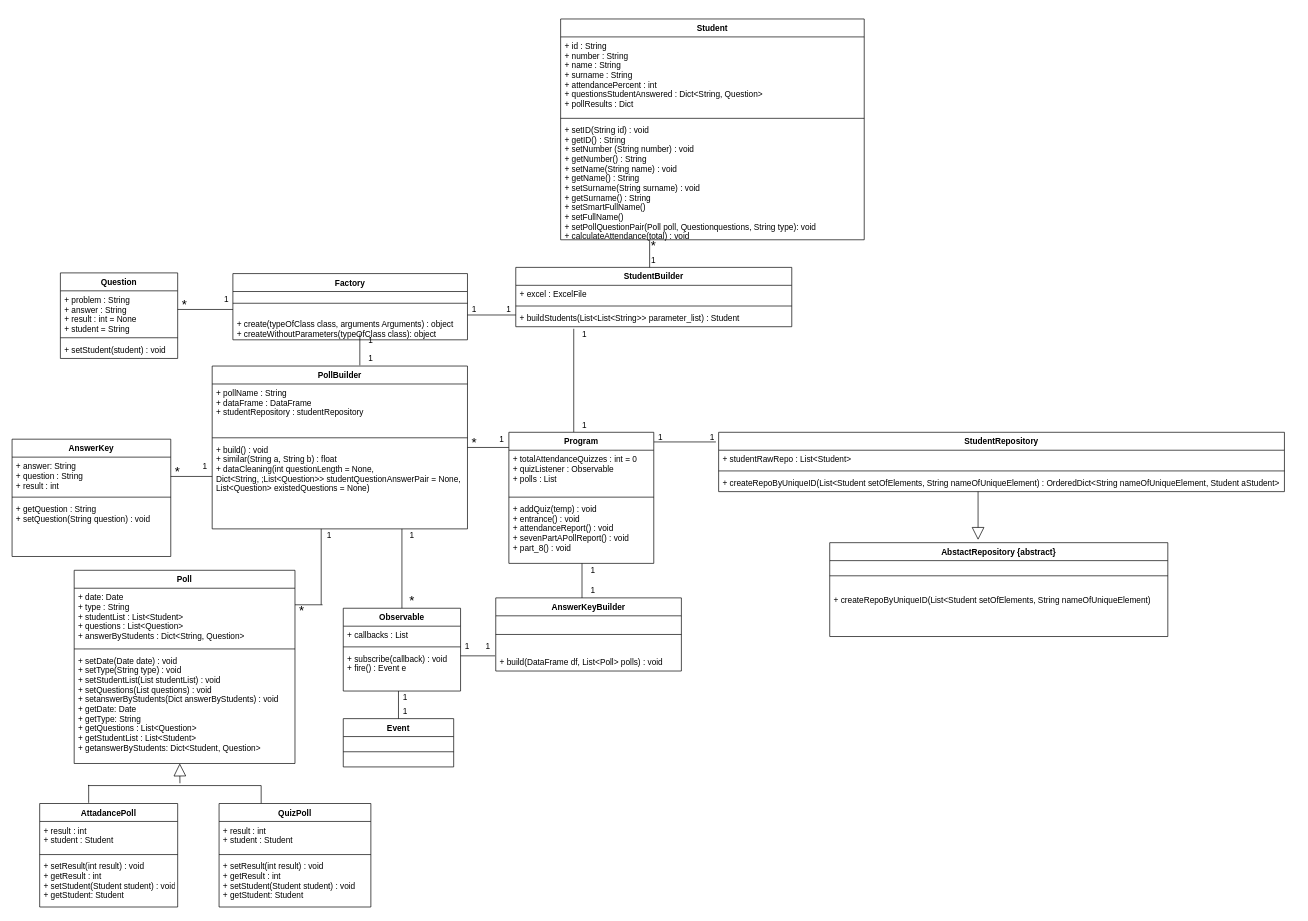
Above: PythonProject/iteration1/DCD.drawio in alperdokay/CSE3063F20P1_GRP20 (draw.io), before the change. Source tidied: cells renumbered, new cells numbered last; positions are measured from the earlier drawing's top-left corner, leaving out a move shared by most shapes. Both pictures are drawn from the tidied source at 69%, with x=0, y=0 at pixel (12, 19).
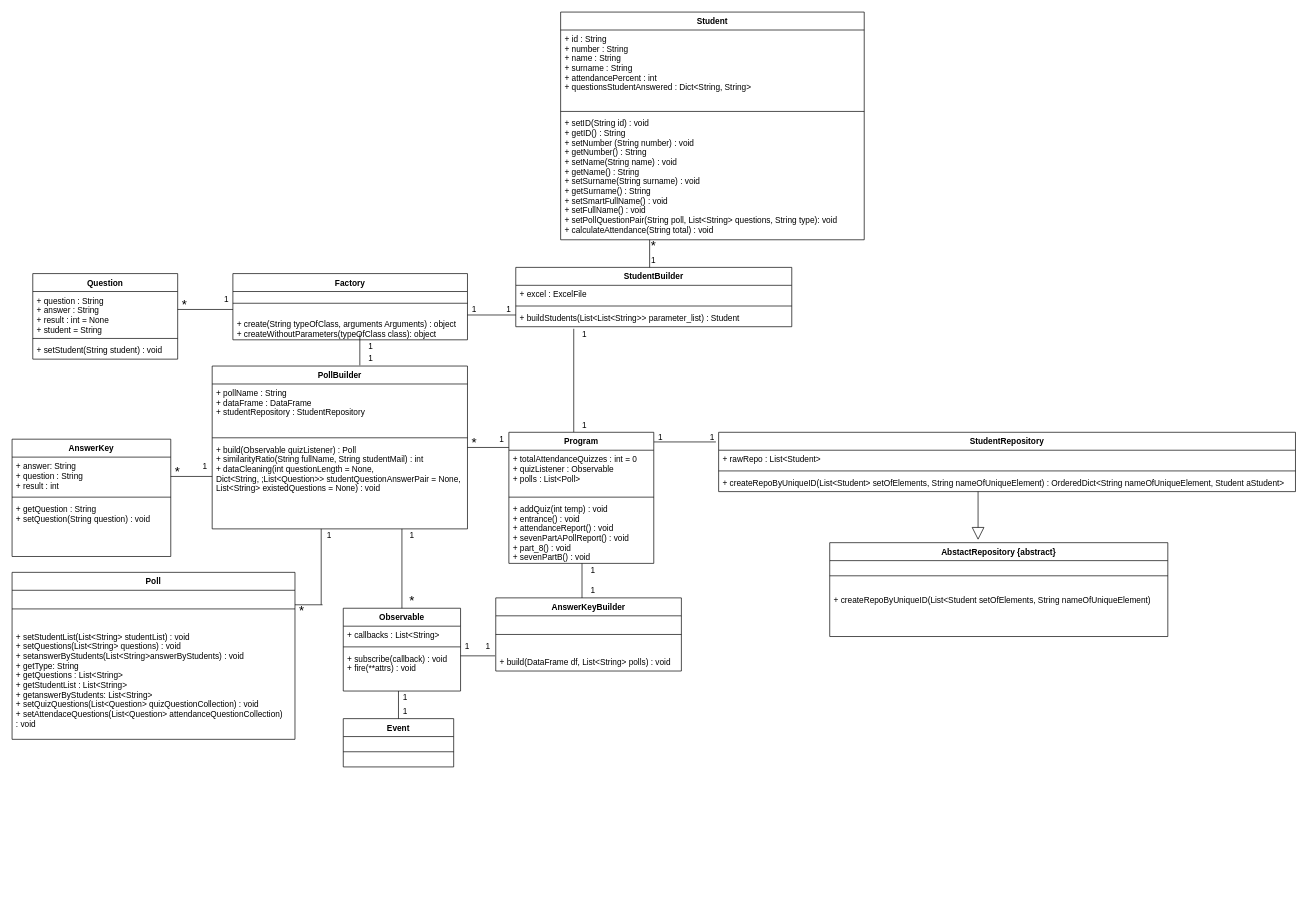
Above is the later version.

Commit message:
DCD has changed

The change refers to these unchanged cells:
```xml
<mxCell id="2" value="PollBuilder" style="swimlane;fontStyle=1;align=center;verticalAlign=top;horizontal=1;startSize=26;" parent="1" vertex="1">
  <mxGeometry x="290" y="503" width="370" height="236" as="geometry" />
</mxCell>
<mxCell id="10" value="Factory" style="swimlane;fontStyle=1;align=center;verticalAlign=top;horizontal=1;startSize=26;" parent="1" vertex="1">
  <mxGeometry x="320" y="369" width="340" height="96" as="geometry" />
</mxCell>
<mxCell id="76" value="Observable" style="swimlane;fontStyle=1;align=center;verticalAlign=top;horizontal=1;startSize=26;" parent="1" vertex="1">
  <mxGeometry x="480" y="854" width="170" height="120" as="geometry" />
</mxCell>
<mxCell id="82" value="Program" style="swimlane;fontStyle=1;align=center;verticalAlign=top;horizontal=1;startSize=26;" parent="1" vertex="1">
  <mxGeometry x="720" y="599" width="210" height="190" as="geometry" />
</mxCell>
<mxCell id="86" value="AnswerKeyBuilder" style="swimlane;fontStyle=1;align=center;verticalAlign=top;horizontal=1;startSize=26;" parent="1" vertex="1">
  <mxGeometry x="701" y="839" width="269" height="106" as="geometry" />
</mxCell>
```

The edit, as a diff of the source:
```diff
@@
-    <mxCell id="3" value="+ pollName : String&#10;+ dataFrame : DataFrame&#10;+ studentRepository : studentRepository" style="text;strokeColor=none;fillColor=none;align=left;verticalAlign=top;spacingLeft=4;spacingRight=4;overflow=hidden;" parent="2" vertex="1">
+    <mxCell id="3" value="+ pollName : String&#10;+ dataFrame : DataFrame&#10;+ studentRepository : StudentRepository " style="text;strokeColor=none;fillColor=none;align=left;verticalAlign=top;spacingLeft=4;spacingRight=4;overflow=hidden;" parent="2" vertex="1">
       <mxGeometry y="26" width="370" height="74" as="geometry" />
     </mxCell>
@@
-    <mxCell id="5" value="+ build() : void&#10;+ similar(String a, String b) : float&#10;+ dataCleaning(int questionLength = None, &#10;Dict&lt;String, ;List&lt;Question&gt;&gt; studentQuestionAnswerPair = None, &#10;List&lt;Question&gt; existedQuestions = None) " style="text;strokeColor=none;fillColor=none;align=left;verticalAlign=top;spacingLeft=4;spacingRight=4;overflow=hidden;" parent="2" vertex="1">
+    <mxCell id="5" value="+ build(Observable quizListener) : Poll &#10;+ similarityRatio(String fullName, String studentMail) : int&#10;+ dataCleaning(int questionLength = None, &#10;Dict&lt;String, ;List&lt;Question&gt;&gt; studentQuestionAnswerPair = None, &#10;List&lt;String&gt; existedQuestions = None) : void" style="text;strokeColor=none;fillColor=none;align=left;verticalAlign=top;spacingLeft=4;spacingRight=4;overflow=hidden;" parent="2" vertex="1">
       <mxGeometry y="108" width="370" height="128" as="geometry" />
     </mxCell>
@@
-    <mxCell id="12" value="+ create(typeOfClass class, arguments Arguments) : object&#10;+ createWithoutParameters(typeOfClass class): object " style="text;strokeColor=none;fillColor=none;align=left;verticalAlign=top;spacingLeft=4;spacingRight=4;overflow=hidden;" parent="10" vertex="1">
+    <mxCell id="12" value="+ create(String typeOfClass, arguments Arguments) : object&#10;+ createWithoutParameters(typeOfClass class): object " style="text;strokeColor=none;fillColor=none;align=left;verticalAlign=top;spacingLeft=4;spacingRight=4;overflow=hidden;" parent="10" vertex="1">
       <mxGeometry y="60" width="340" height="36" as="geometry" />
     </mxCell>
     <mxCell id="13" value="Poll" style="swimlane;fontStyle=1;align=center;verticalAlign=top;horizontal=1;startSize=26;" parent="1" vertex="1">
-      <mxGeometry x="90" y="799" width="320" height="280" as="geometry" />
+      <mxGeometry y="802" width="410" height="242" as="geometry" />
     </mxCell>
-    <mxCell id="14" value="+ date: Date&#10;+ type : String&#10;+ studentList : List&lt;Student&gt;&#10;+ questions : List&lt;Question&gt;&#10;+ answerByStudents : Dict&lt;String, Question&gt;" style="text;strokeColor=none;fillColor=none;align=left;verticalAlign=top;spacingLeft=4;spacingRight=4;overflow=hidden;" parent="13" vertex="1">
-      <mxGeometry y="26" width="320" height="84" as="geometry" />
-    </mxCell>
     <mxCell id="15" style="line;strokeWidth=1;fillColor=none;align=left;verticalAlign=middle;spacingTop=-1;spacingLeft=3;spacingRight=3;labelPosition=right;" parent="13" vertex="1">
-      <mxGeometry y="110" width="320" height="8" as="geometry" />
+      <mxGeometry y="26" width="410" height="54" as="geometry" />
     </mxCell>
-    <mxCell id="16" value="+ setDate(Date date) : void&#10;+ setType(String type) : void&#10;+ setStudentList(List studentList) : void&#10;+ setQuestions(List questions) : void&#10;+ setanswerByStudents(Dict answerByStudents) : void &#10;+ getDate: Date&#10;+ getType: String&#10;+ getQuestions : List&lt;Question&gt;&#10;+ getStudentList : List&lt;Student&gt;&#10;+ getanswerByStudents: Dict&lt;Student, Question&gt;" style="text;strokeColor=none;fillColor=none;align=left;verticalAlign=top;spacingLeft=4;spacingRight=4;overflow=hidden;" parent="13" vertex="1">
-      <mxGeometry y="118" width="320" height="162" as="geometry" />
+    <mxCell id="16" value="+ setStudentList(List&lt;String&gt; studentList) : void&#10;+ setQuestions(List&lt;String&gt; questions) : void&#10;+ setanswerByStudents(List&lt;String&gt;answerByStudents) : void &#10;+ getType: String&#10;+ getQuestions : List&lt;String&gt;&#10;+ getStudentList : List&lt;String&gt;&#10;+ getanswerByStudents: List&lt;String&gt;&#10;+ setQuizQuestions(List&lt;Question&gt; quizQuestionCollection) : void&#10;+ setAttendaceQuestions(List&lt;Question&gt; attendanceQuestionCollection)&#10;: void" style="text;strokeColor=none;fillColor=none;align=left;verticalAlign=top;spacingLeft=4;spacingRight=4;overflow=hidden;" parent="13" vertex="1">
+      <mxGeometry y="80" width="410" height="162" as="geometry" />
     </mxCell>
     <mxCell id="17" value="Student" style="swimlane;fontStyle=1;align=center;verticalAlign=top;horizontal=1;startSize=26;" parent="1" vertex="1">
-      <mxGeometry x="795" width="440" height="320" as="geometry" />
+      <mxGeometry x="795" y="-10" width="440" height="330" as="geometry" />
     </mxCell>
-    <mxCell id="18" value="+ id : String&#10;+ number : String&#10;+ name : String&#10;+ surname : String&#10;+ attendancePercent : int&#10;+ questionsStudentAnswered : Dict&lt;String, Question&gt;&#10;+ pollResults : Dict" style="text;strokeColor=none;fillColor=none;align=left;verticalAlign=top;spacingLeft=4;spacingRight=4;overflow=hidden;" parent="17" vertex="1">
+    <mxCell id="18" value="+ id : String&#10;+ number : String&#10;+ name : String&#10;+ surname : String&#10;+ attendancePercent : int&#10;+ questionsStudentAnswered : Dict&lt;String, String&gt;" style="text;strokeColor=none;fillColor=none;align=left;verticalAlign=top;spacingLeft=4;spacingRight=4;overflow=hidden;" parent="17" vertex="1">
       <mxGeometry y="26" width="440" height="114" as="geometry" />
     </mxCell>
@@
-    <mxCell id="20" value="+ setID(String id) : void&#10;+ getID() : String&#10;+ setNumber (String number) : void&#10;+ getNumber() : String&#10;+ setName(String name) : void&#10;+ getName() : String&#10;+ setSurname(String surname) : void&#10;+ getSurname() : String&#10;+ setSmartFullName()&#10;+ setFullName()&#10;+ setPollQuestionPair(Poll poll, Questionquestions, String type): void&#10;+ calculateAttendance(total) : void" style="text;strokeColor=none;fillColor=none;align=left;verticalAlign=top;spacingLeft=4;spacingRight=4;overflow=hidden;" parent="17" vertex="1">
-      <mxGeometry y="148" width="440" height="172" as="geometry" />
+    <mxCell id="20" value="+ setID(String id) : void&#10;+ getID() : String&#10;+ setNumber (String number) : void&#10;+ getNumber() : String&#10;+ setName(String name) : void&#10;+ getName() : String&#10;+ setSurname(String surname) : void&#10;+ getSurname() : String&#10;+ setSmartFullName() : void&#10;+ setFullName() : void&#10;+ setPollQuestionPair(String poll, List&lt;String&gt; questions, String type): void&#10;+ calculateAttendance(String total) : void" style="text;strokeColor=none;fillColor=none;align=left;verticalAlign=top;spacingLeft=4;spacingRight=4;overflow=hidden;" parent="17" vertex="1">
+      <mxGeometry y="148" width="440" height="182" as="geometry" />
     </mxCell>
     <mxCell id="21" value="StudentRepository" style="swimlane;fontStyle=1;align=center;verticalAlign=top;horizontal=1;startSize=26;" parent="1" vertex="1">
-      <mxGeometry x="1024" y="599" width="820" height="86" as="geometry" />
+      <mxGeometry x="1024" y="599" width="836" height="86" as="geometry" />
     </mxCell>
-    <mxCell id="22" value="+ studentRawRepo : List&lt;Student&gt;" style="text;strokeColor=none;fillColor=none;align=left;verticalAlign=top;spacingLeft=4;spacingRight=4;overflow=hidden;" parent="21" vertex="1">
-      <mxGeometry y="26" width="820" height="26" as="geometry" />
+    <mxCell id="22" value="+ rawRepo : List&lt;Student&gt;" style="text;strokeColor=none;fillColor=none;align=left;verticalAlign=top;spacingLeft=4;spacingRight=4;overflow=hidden;" parent="21" vertex="1">
+      <mxGeometry y="26" width="836" height="26" as="geometry" />
     </mxCell>
     <mxCell id="23" style="line;strokeWidth=1;fillColor=none;align=left;verticalAlign=middle;spacingTop=-1;spacingLeft=3;spacingRight=3;labelPosition=right;" parent="21" vertex="1">
-      <mxGeometry y="52" width="820" height="8" as="geometry" />
+      <mxGeometry y="52" width="836" height="8" as="geometry" />
     </mxCell>
-    <mxCell id="24" value="+ createRepoByUniqueID(List&lt;Student setOfElements, String nameOfUniqueElement) : OrderedDict&lt;String nameOfUniqueElement, Student aStudent&gt;" style="text;strokeColor=none;fillColor=none;align=left;verticalAlign=top;spacingLeft=4;spacingRight=4;overflow=hidden;" parent="21" vertex="1">
-      <mxGeometry y="60" width="820" height="26" as="geometry" />
+    <mxCell id="24" value="+ createRepoByUniqueID(List&lt;Student&gt; setOfElements, String nameOfUniqueElement) : OrderedDict&lt;String nameOfUniqueElement, Student aStudent&gt;" style="text;strokeColor=none;fillColor=none;align=left;verticalAlign=top;spacingLeft=4;spacingRight=4;overflow=hidden;" parent="21" vertex="1">
+      <mxGeometry y="60" width="836" height="26" as="geometry" />
     </mxCell>
@@
-    <mxCell id="28" style="line;strokeWidth=1;fillColor=none;align=left;verticalAlign=middle;spacingTop=-1;spacingLeft=3;spacingRight=3;labelPosition=right;direction=south;" parent="1" vertex="1">
-      <mxGeometry x="80" y="1110" width="62" height="26" as="geometry" />
-    </mxCell>
-    <mxCell id="29" style="line;strokeWidth=1;fillColor=none;align=left;verticalAlign=middle;spacingTop=-1;spacingLeft=3;spacingRight=3;labelPosition=right;direction=south;" parent="1" vertex="1">
-      <mxGeometry x="330" y="1111" width="62" height="26" as="geometry" />
-    </mxCell>
-    <mxCell id="30" style="line;strokeWidth=1;fillColor=none;align=left;verticalAlign=middle;spacingTop=-1;spacingLeft=3;spacingRight=3;labelPosition=right;points=[];portConstraint=eastwest;" parent="1" vertex="1">
-      <mxGeometry x="110" y="1107" width="251" height="8" as="geometry" />
-    </mxCell>
@@
-    <mxCell id="33" style="endArrow=block;endSize=16;endFill=0;html=1;exitX=0.531;exitY=0.083;exitDx=0;exitDy=0;exitPerimeter=0;" parent="1" edge="1" source="30">
-      <mxGeometry x="-0.88" y="-250" relative="1" as="geometry">
-        <mxPoint x="243" y="1079" as="targetPoint" />
-        <mxPoint y="-1" as="offset" />
-      </mxGeometry>
-    </mxCell>
@@
-    <mxCell id="46" value="AttadancePoll" style="swimlane;fontStyle=1;align=center;verticalAlign=top;horizontal=1;startSize=26;" parent="1" vertex="1">
-      <mxGeometry x="40" y="1137" width="200" height="150" as="geometry" />
-    </mxCell>
-    <mxCell id="47" value="+ result : int&#10;+ student : Student" style="text;strokeColor=none;fillColor=none;align=left;verticalAlign=top;spacingLeft=4;spacingRight=4;overflow=hidden;" parent="46" vertex="1">
-      <mxGeometry y="26" width="200" height="44" as="geometry" />
-    </mxCell>
-    <mxCell id="48" style="line;strokeWidth=1;fillColor=none;align=left;verticalAlign=middle;spacingTop=-1;spacingLeft=3;spacingRight=3;labelPosition=right;" parent="46" vertex="1">
-      <mxGeometry y="70" width="200" height="8" as="geometry" />
-    </mxCell>
-    <mxCell id="49" value="+ setResult(int result) : void&#10;+ getResult : int&#10;+ setStudent(Student student) : void&#10;+ getStudent: Student " style="text;strokeColor=none;fillColor=none;align=left;verticalAlign=top;spacingLeft=4;spacingRight=4;overflow=hidden;" parent="46" vertex="1">
-      <mxGeometry y="78" width="200" height="72" as="geometry" />
-    </mxCell>
-    <mxCell id="50" value="QuizPoll" style="swimlane;fontStyle=1;align=center;verticalAlign=top;horizontal=1;startSize=26;" parent="1" vertex="1">
-      <mxGeometry x="300" y="1137" width="220" height="150" as="geometry" />
-    </mxCell>
-    <mxCell id="51" value="+ result : int&#10;+ student : Student" style="text;strokeColor=none;fillColor=none;align=left;verticalAlign=top;spacingLeft=4;spacingRight=4;overflow=hidden;" parent="50" vertex="1">
-      <mxGeometry y="26" width="220" height="44" as="geometry" />
-    </mxCell>
-    <mxCell id="52" style="line;strokeWidth=1;fillColor=none;align=left;verticalAlign=middle;spacingTop=-1;spacingLeft=3;spacingRight=3;labelPosition=right;" parent="50" vertex="1">
-      <mxGeometry y="70" width="220" height="8" as="geometry" />
-    </mxCell>
-    <mxCell id="53" value="+ setResult(int result) : void&#10;+ getResult : int&#10;+ setStudent(Student student) : void&#10;+ getStudent: Student " style="text;strokeColor=none;fillColor=none;align=left;verticalAlign=top;spacingLeft=4;spacingRight=4;overflow=hidden;" parent="50" vertex="1">
-      <mxGeometry y="78" width="220" height="72" as="geometry" />
-    </mxCell>
@@
     <mxCell id="67" value="1" style="text;html=1;strokeColor=none;fillColor=none;align=center;verticalAlign=middle;whiteSpace=wrap;rounded=0;" parent="1" vertex="1">
-      <mxGeometry x="500" y="456" width="40" height="20" as="geometry" />
+      <mxGeometry x="500" y="465" width="40" height="20" as="geometry" />
     </mxCell>
@@
     <mxCell id="72" value="Question" style="swimlane;fontStyle=1;align=center;verticalAlign=top;horizontal=1;startSize=26;" parent="1" vertex="1">
-      <mxGeometry x="70" y="368" width="170" height="124" as="geometry" />
+      <mxGeometry x="30" y="369" width="210" height="124" as="geometry" />
     </mxCell>
-    <mxCell id="73" value="+ problem : String&#10;+ answer : String&#10;+ result : int = None&#10;+ student = String" style="text;strokeColor=none;fillColor=none;align=left;verticalAlign=top;spacingLeft=4;spacingRight=4;overflow=hidden;" parent="72" vertex="1">
-      <mxGeometry y="26" width="170" height="64" as="geometry" />
+    <mxCell id="73" value="+ question : String&#10;+ answer : String&#10;+ result : int = None&#10;+ student = String" style="text;strokeColor=none;fillColor=none;align=left;verticalAlign=top;spacingLeft=4;spacingRight=4;overflow=hidden;" parent="72" vertex="1">
+      <mxGeometry y="26" width="210" height="64" as="geometry" />
     </mxCell>
     <mxCell id="74" style="line;strokeWidth=1;fillColor=none;align=left;verticalAlign=middle;spacingTop=-1;spacingLeft=3;spacingRight=3;labelPosition=right;" parent="72" vertex="1">
-      <mxGeometry y="90" width="170" height="8" as="geometry" />
+      <mxGeometry y="90" width="210" height="8" as="geometry" />
     </mxCell>
-    <mxCell id="75" value="+ setStudent(student) : void" style="text;strokeColor=none;fillColor=none;align=left;verticalAlign=top;spacingLeft=4;spacingRight=4;overflow=hidden;" parent="72" vertex="1">
-      <mxGeometry y="98" width="170" height="26" as="geometry" />
+    <mxCell id="75" value="+ setStudent(String student) : void" style="text;strokeColor=none;fillColor=none;align=left;verticalAlign=top;spacingLeft=4;spacingRight=4;overflow=hidden;" parent="72" vertex="1">
+      <mxGeometry y="98" width="210" height="26" as="geometry" />
     </mxCell>
@@
-    <mxCell id="77" value="+ callbacks : List" style="text;strokeColor=none;fillColor=none;align=left;verticalAlign=top;spacingLeft=4;spacingRight=4;overflow=hidden;" parent="76" vertex="1">
+    <mxCell id="77" value="+ callbacks : List&lt;String&gt;" style="text;strokeColor=none;fillColor=none;align=left;verticalAlign=top;spacingLeft=4;spacingRight=4;overflow=hidden;" parent="76" vertex="1">
       <mxGeometry y="26" width="170" height="26" as="geometry" />
     </mxCell>
@@
-    <mxCell id="79" value="+ subscribe(callback) : void&#10;+ fire() : Event e" style="text;strokeColor=none;fillColor=none;align=left;verticalAlign=top;spacingLeft=4;spacingRight=4;overflow=hidden;" parent="76" vertex="1">
+    <mxCell id="79" value="+ subscribe(callback) : void&#10;+ fire(**attrs) : void" style="text;strokeColor=none;fillColor=none;align=left;verticalAlign=top;spacingLeft=4;spacingRight=4;overflow=hidden;" parent="76" vertex="1">
       <mxGeometry y="60" width="170" height="60" as="geometry" />
     </mxCell>
@@
-    <mxCell id="83" value="+ totalAttendanceQuizzes : int = 0&#10;+ quizListener : Observable&#10;+ polls : List&#10;" style="text;strokeColor=none;fillColor=none;align=left;verticalAlign=top;spacingLeft=4;spacingRight=4;overflow=hidden;" parent="82" vertex="1">
+    <mxCell id="83" value="+ totalAttendanceQuizzes : int = 0&#10;+ quizListener : Observable&#10;+ polls : List&lt;Poll&gt;&#10;" style="text;strokeColor=none;fillColor=none;align=left;verticalAlign=top;spacingLeft=4;spacingRight=4;overflow=hidden;" parent="82" vertex="1">
       <mxGeometry y="26" width="210" height="64" as="geometry" />
     </mxCell>
@@
-    <mxCell id="85" value="+ addQuiz(temp) : void&#10;+ entrance() : void&#10;+ attendanceReport() : void&#10;+ sevenPartAPollReport() : void&#10;+ part_8() : void" style="text;strokeColor=none;fillColor=none;align=left;verticalAlign=top;spacingLeft=4;spacingRight=4;overflow=hidden;" parent="82" vertex="1">
+    <mxCell id="85" value="+ addQuiz(int temp) : void&#10;+ entrance() : void&#10;+ attendanceReport() : void&#10;+ sevenPartAPollReport() : void&#10;+ part_8() : void&#10;+ sevenPartB() : void" style="text;strokeColor=none;fillColor=none;align=left;verticalAlign=top;spacingLeft=4;spacingRight=4;overflow=hidden;" parent="82" vertex="1">
       <mxGeometry y="98" width="210" height="92" as="geometry" />
     </mxCell>
@@
-    <mxCell id="88" value="+ build(DataFrame df, List&lt;Poll&gt; polls) : void" style="text;strokeColor=none;fillColor=none;align=left;verticalAlign=top;spacingLeft=4;spacingRight=4;overflow=hidden;" parent="86" vertex="1">
+    <mxCell id="88" value="+ build(DataFrame df, List&lt;String&gt; polls) : void" style="text;strokeColor=none;fillColor=none;align=left;verticalAlign=top;spacingLeft=4;spacingRight=4;overflow=hidden;" parent="86" vertex="1">
       <mxGeometry y="80" width="269" height="26" as="geometry" />
     </mxCell>
```
